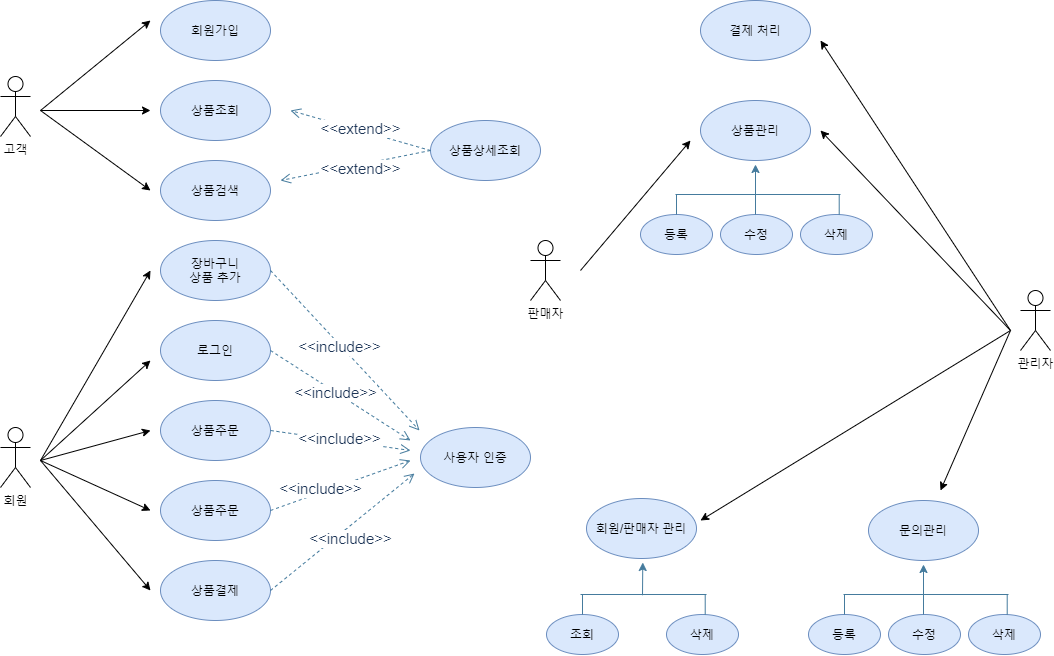
osiris0607/Project keeps this draw.io diagram as Actor Diagram.png. Above is the earlier version. Source tidied: cells renumbered, new cells last; positions are measured from the earlier drawing's top-left corner, leaving out a move shared by most shapes.
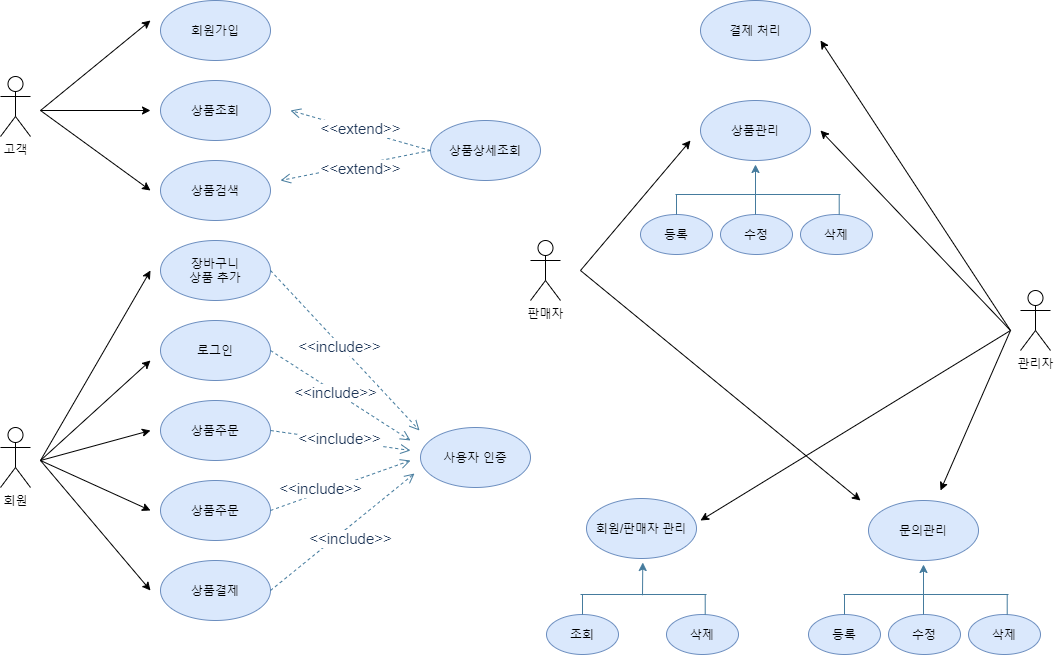
After the commit.

What changed in the source:
```diff
@@ -264,5 +264,11 @@
         <mxPoint x="690" y="140" as="targetPoint" />
       </mxGeometry>
     </mxCell>
+    <mxCell id="60" style="endArrow=classic;html=1;" parent="1" edge="1">
+      <mxGeometry relative="1" as="geometry">
+        <mxPoint x="580" y="270" as="sourcePoint" />
+        <mxPoint x="860" y="500" as="targetPoint" />
+      </mxGeometry>
+    </mxCell>
   </root>
 </mxGraphModel>
```
